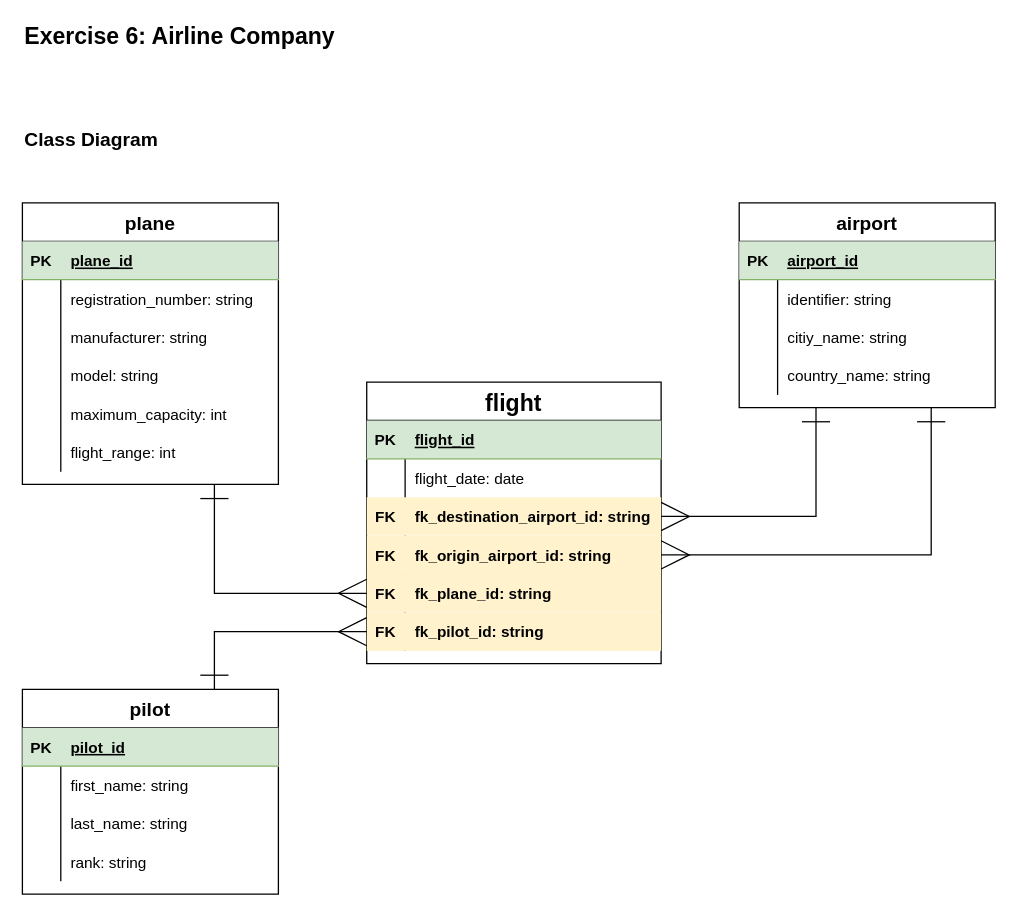
Before: concept/airline-class-diagram.drawio in mbalabanov/CF-BE1-DB, a draw.io diagram. Source tidied: cells renumbered, new cells numbered last; positions are measured from the earlier drawing's top-left corner, leaving out a move shared by most shapes. Both pictures are drawn from the tidied source at 128%, with x=0, y=0 at pixel (22, 23).
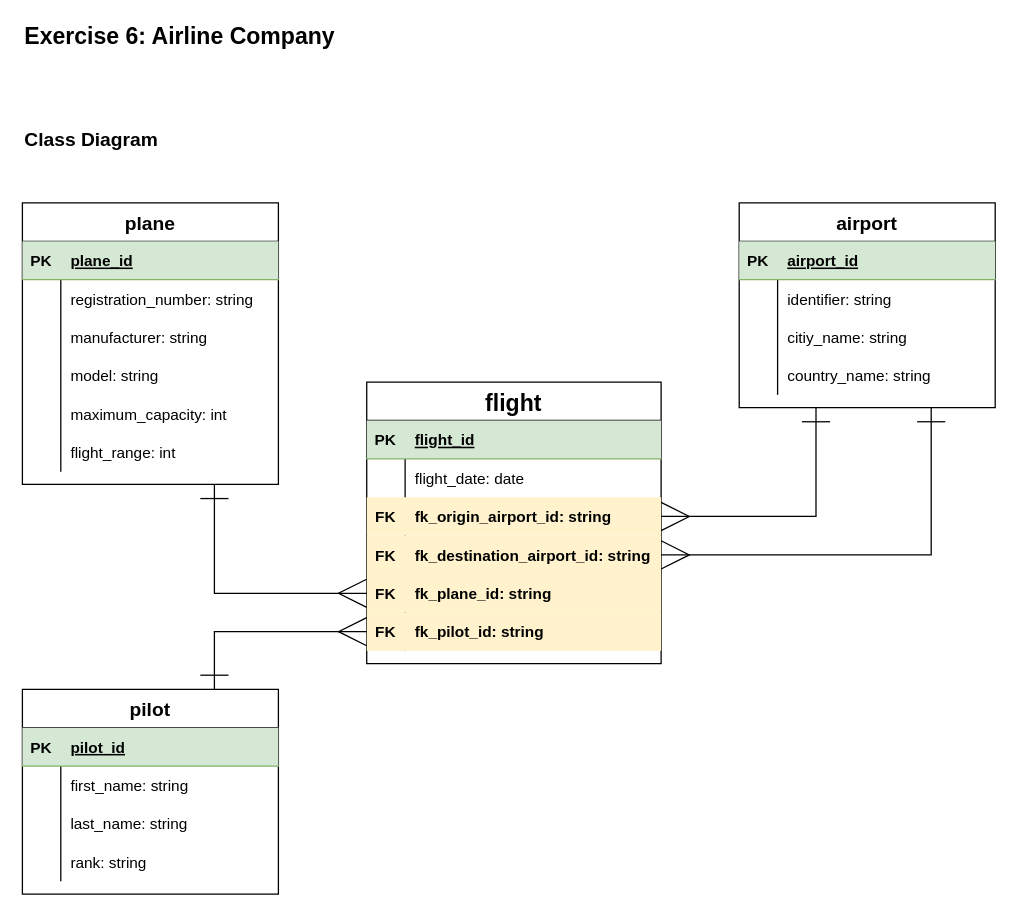
The same page after the edit.

Unchanged cells that the change refers to:
```xml
<mxCell id="10" style="shape=partialRectangle;fillColor=#fff2cc;top=0;left=0;bottom=0;right=0;points=[[0,0.5],[1,0.5]];portConstraint=eastwest;strokeColor=#d6b656;" parent="3" vertex="1">
  <mxGeometry y="90" width="230" height="30" as="geometry" />
</mxCell>
<mxCell id="13" style="shape=partialRectangle;fillColor=#fff2cc;top=0;left=0;bottom=0;right=0;points=[[0,0.5],[1,0.5]];portConstraint=eastwest;strokeColor=#d6b656;" parent="3" vertex="1">
  <mxGeometry y="120" width="230" height="30" as="geometry" />
</mxCell>
```

Diff of the diagram source:
```diff
@@
-    <mxCell id="12" value="fk_destination_airport_id: string" style="shape=partialRectangle;fillColor=none;top=0;left=0;bottom=0;right=0;align=left;spacingLeft=6;overflow=hidden;fontStyle=1;" parent="10" vertex="1">
+    <mxCell id="12" value="fk_origin_airport_id: string" style="shape=partialRectangle;fillColor=none;top=0;left=0;bottom=0;right=0;align=left;spacingLeft=6;overflow=hidden;fontStyle=1;" parent="10" vertex="1">
       <mxGeometry x="30" width="200" height="30" as="geometry" />
     </mxCell>
@@
-    <mxCell id="15" value="fk_origin_airport_id: string" style="shape=partialRectangle;fillColor=none;top=0;left=0;bottom=0;right=0;align=left;spacingLeft=6;overflow=hidden;fontStyle=1;" parent="13" vertex="1">
+    <mxCell id="15" value="fk_destination_airport_id: string" style="shape=partialRectangle;fillColor=none;top=0;left=0;bottom=0;right=0;align=left;spacingLeft=6;overflow=hidden;fontStyle=1;" parent="13" vertex="1">
       <mxGeometry x="30" width="200" height="30" as="geometry" />
     </mxCell>
```
